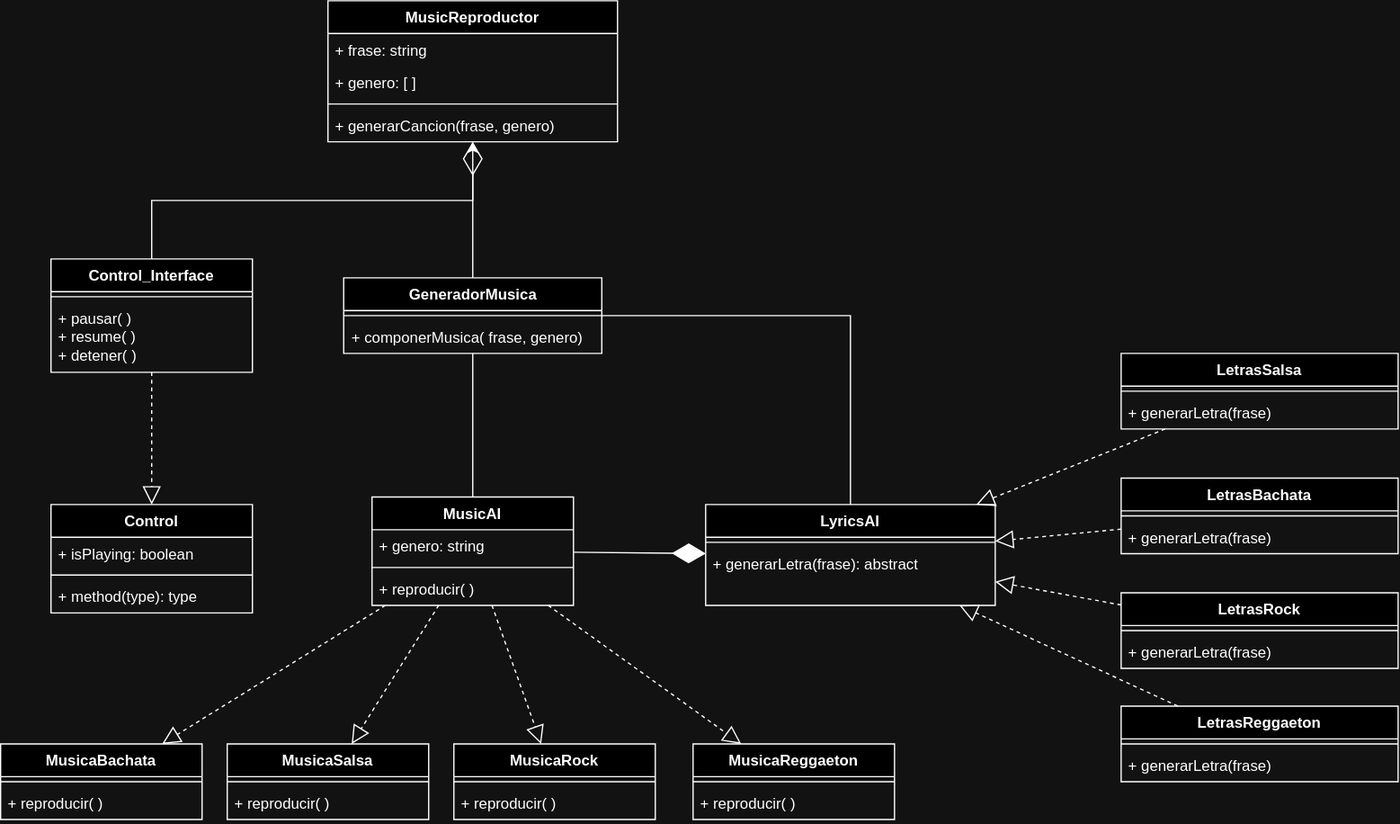
Before: musicAI.drawio.svg, a diagram exported from draw.io (benjiliang/pooPractica). Source tidied: cells renumbered, new cells last; positions are measured from the earlier drawing's top-left corner, leaving out a move shared by most shapes.
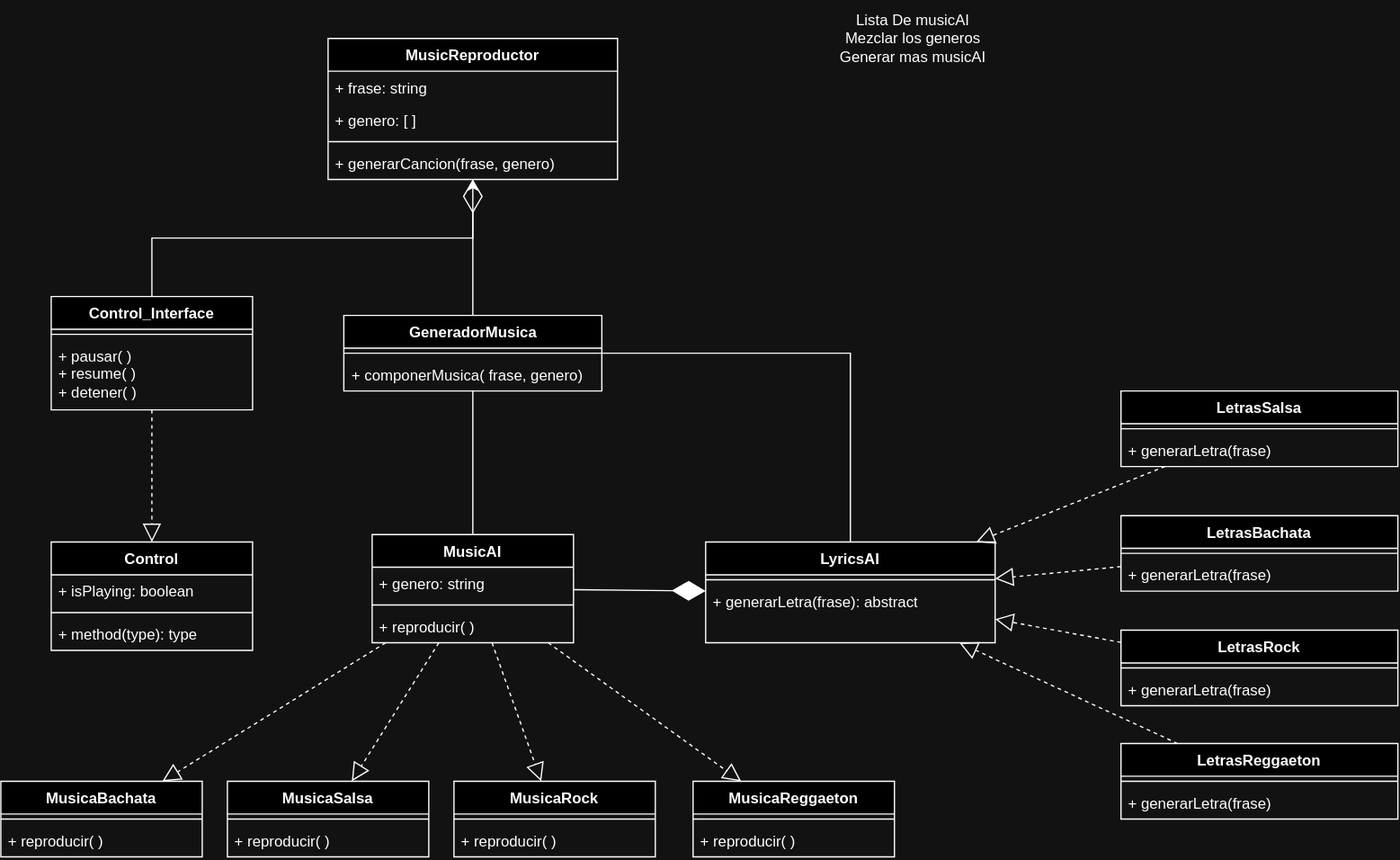
After the change.

The edit, as a diff of the source:
```diff
@@ -182,5 +182,8 @@
     <mxCell id="61" style="endArrow=none;html=1;edgeStyle=orthogonalEdgeStyle;rounded=0;" parent="1" edge="1" source="40" target="7">
       <mxGeometry relative="1" as="geometry" />
     </mxCell>
+    <mxCell id="62" value="&lt;div&gt;Lista De musicAI&lt;/div&gt;&lt;div&gt;Mezclar los generos&lt;/div&gt;&lt;div&gt;Generar mas musicAI&lt;br&gt;&lt;/div&gt;" style="text;html=1;strokeColor=none;fillColor=none;align=center;verticalAlign=middle;whiteSpace=wrap;rounded=0;" parent="1" vertex="1">
+      <mxGeometry x="660" y="-30" width="130" height="60" as="geometry" />
+    </mxCell>
   </root>
 </mxGraphModel>
```
